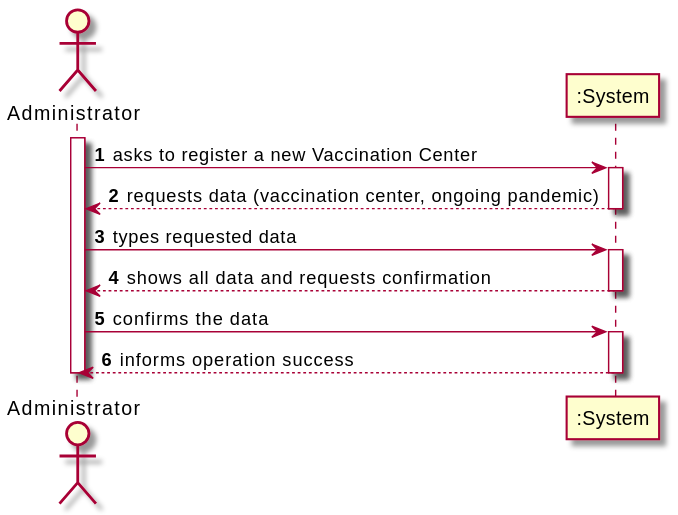
Before: docs/SprintB/UserStories/US9/US009_SSD.svg, a diagram exported from PlantUML (diogonapoles/isep-lapr2).
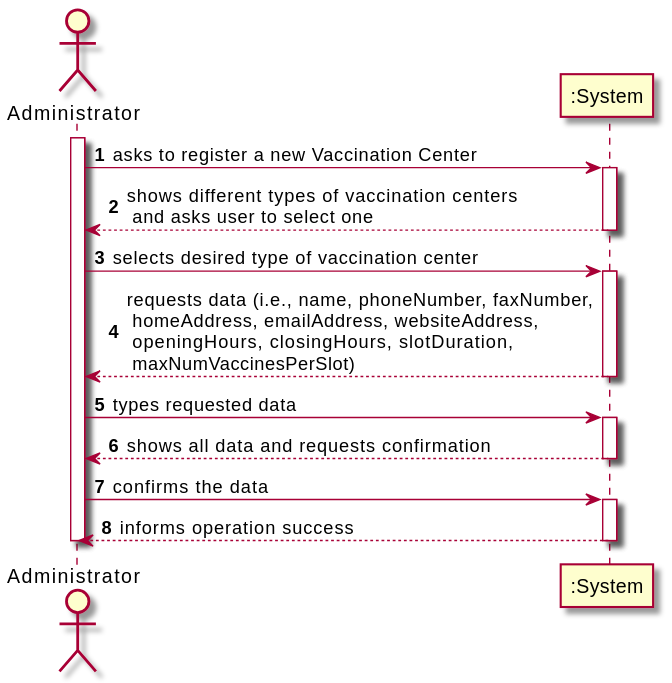
The same file after the commit.

Commit message:
SSD [UC-09][Design][Fixes Issue #8]

The edit, as a diff of the source:
```diff
@@ -5,7 +5,12 @@
 activate ADM
 ADM -> ":System" : asks to register a new Vaccination Center
 activate ":System"
-":System" --> ADM : requests data (vaccination center, ongoing pandemic)
+":System" --> ADM : shows different types of vaccination centers \n and asks user to select one
+deactivate ":System"
+
+ADM -> ":System" : selects desired type of vaccination center
+activate ":System"
+":System" --> ADM : requests data (i.e., name, phoneNumber, faxNumber,\n homeAddress, emailAddress, websiteAddress,\n openingHours, closingHours, slotDuration,\n maxNumVaccinesPerSlot)
 deactivate ":System"
 
 ADM -> ":System" : types requested data
```
